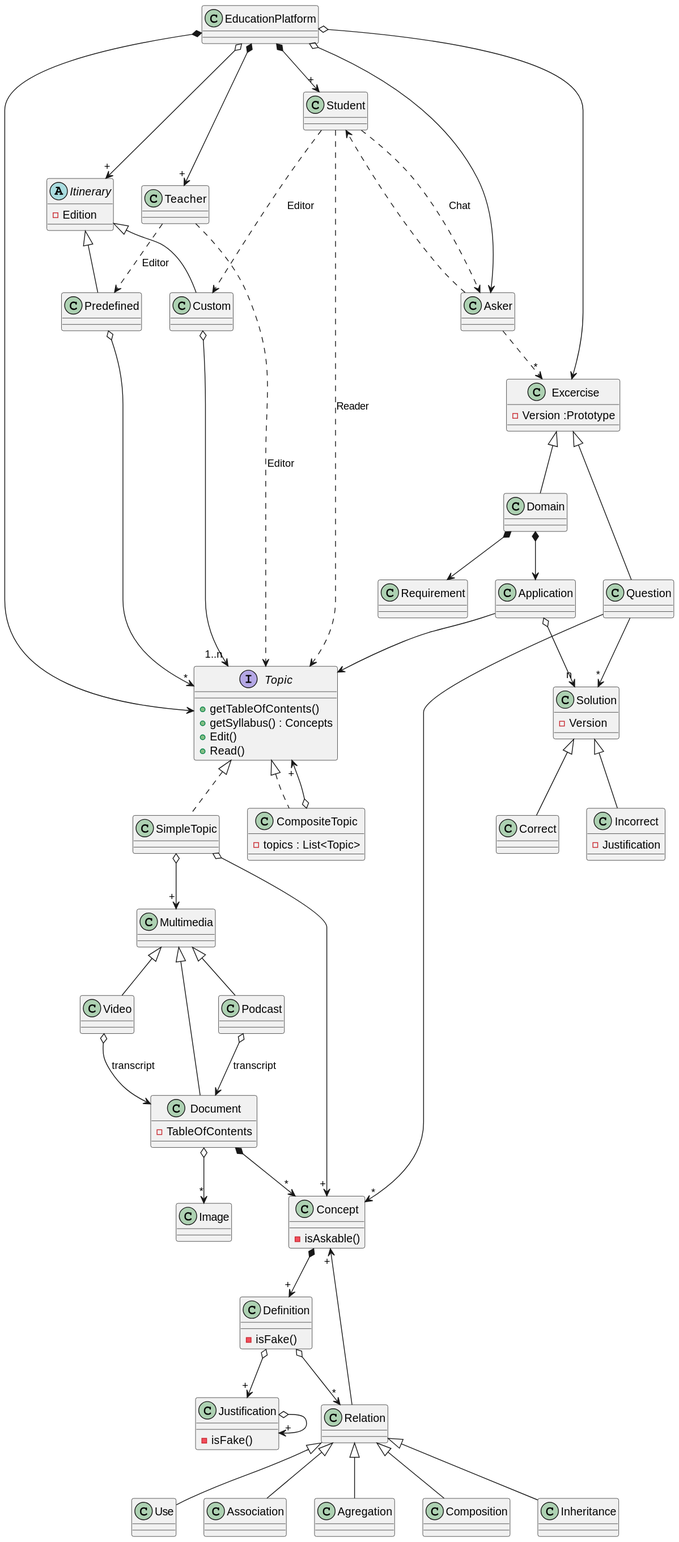
This is PracticasMaster/01_Modelado_O/diagrams/plataformaFormacion/EducationPlatformDomain.svg from Joselon/joselon.github.io, a PlantUML export, as it was before one commit.
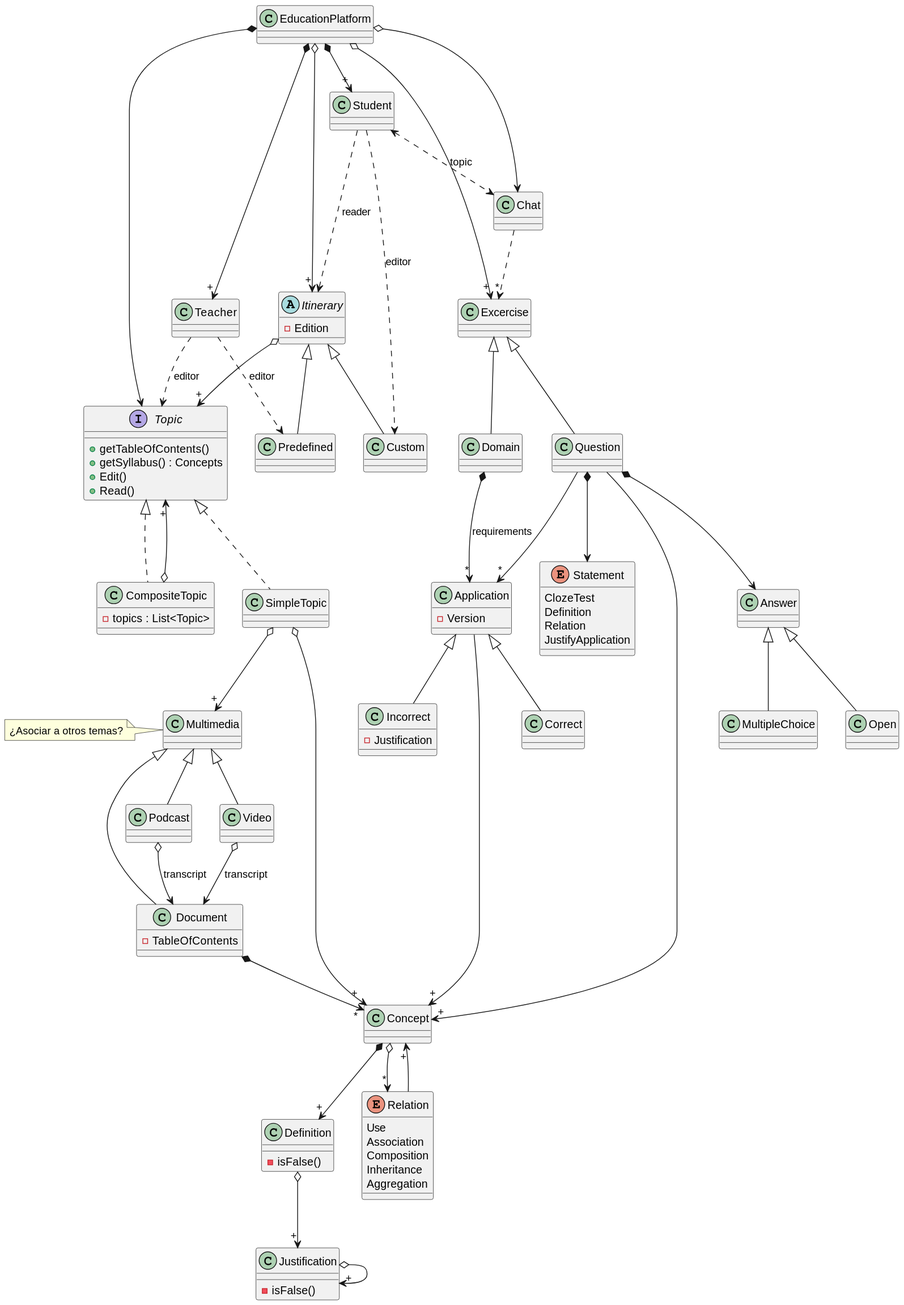
Above is the later version.

Commit message:
PlataformaFormacion. update team agreement with concept uml

What changed in the source:
```diff
@@ -19,15 +19,28 @@
 }
 
 class Excercise {
-    - Version :Prototype
 }
 
-class Solution {
+class Domain {
+}
+
+class Application {
     - Version
 }
 
 class Incorrect {
-- Justification
+    - Justification
+}
+
+class Question {
+
+}
+
+enum Statement {
+    ClozeTest
+    Definition
+    Relation
+    JustifyApplication
 }
 
 class Document {
@@ -35,49 +48,59 @@
 }
 
 class Concept {
-    - isAskable()
 }
 
 class Definition {
-    - isFake()
+    - isFalse()
 }
 
 class Justification {
-    - isFake()
+    - isFalse()
 }
 
 class Relation {
 
 }
 
+class Multimedia {
+
+}
+note left of Multimedia
+¿Asociar a otros temas?
+end note
+
 EducationPlatform *--> "+" Teacher
 EducationPlatform *--> "+" Student
 EducationPlatform *--> Topic
 EducationPlatform o--> "+" Itinerary
-EducationPlatform o--> Asker
-EducationPlatform o--> Excercise
+EducationPlatform o--> Chat
+EducationPlatform o--> "+" Excercise
 
-Asker ..>"*" Excercise
-Asker...> Student
-Student...> Asker :Chat
+Chat ..>"*" Excercise
+Student <..> Chat : topic
 
 Excercise <|-- Domain
-Domain *--> Application
-Domain *--> Requirement
-Application --> Topic
 Excercise <|-- Question
-Application o-->"n" Solution
-Solution <|-- Correct
-Solution <|-- Incorrect
 
-Question -->"*" Concept
-Question -->"*" Solution
+Domain *-->"*" Application: requirements
+Application -->"+" Concept
+
+Application <|-- Correct
+Application <|-- Incorrect
+
+Question -->"+" Concept
+Question -->"*" Application
+
+Question *--> Statement
+Question *--> Answer
+Answer <|-- Open
+Answer <|-- MultipleChoice
 
 
-Teacher ..> Topic : Editor
-Teacher ..> Predefined : Editor
-Student ...> Topic : Reader
-Student ...> Custom : Editor
+Teacher ..> Topic : editor
+Teacher ..> Predefined : editor
+Student ...> Itinerary : reader
+Student ...> Custom : editor
 
 
 Topic <|.. CompositeTopic
@@ -87,19 +110,21 @@
 Itinerary <|-- Custom
 Itinerary <|-- Predefined
 
-Custom o--> "1..n" Topic
-Predefined o--> "*" Topic
+Itinerary o--> "+" Topic
 
 
 SimpleTopic o--> "+" Concept
 SimpleTopic o--> "+" Multimedia
 Concept *--> "+" Definition
-Definition o--> "*" Relation
-Relation <|-- Use
-Relation <|-- Association
-Relation <|-- Agregation
-Relation <|-- Composition
-Relation <|-- Inheritance
+Concept o--> "*" Relation
+
+enum Relation {
+    Use
+    Association
+    Composition
+    Inheritance
+    Aggregation
+}
 
 Relation -->"+" Concept
 Definition o-->"+" Justification
@@ -115,5 +140,4 @@
 Multimedia <|-- Document
 
 Document *-->"*" Concept
-Document o-->"*" Image
 @enduml
```
